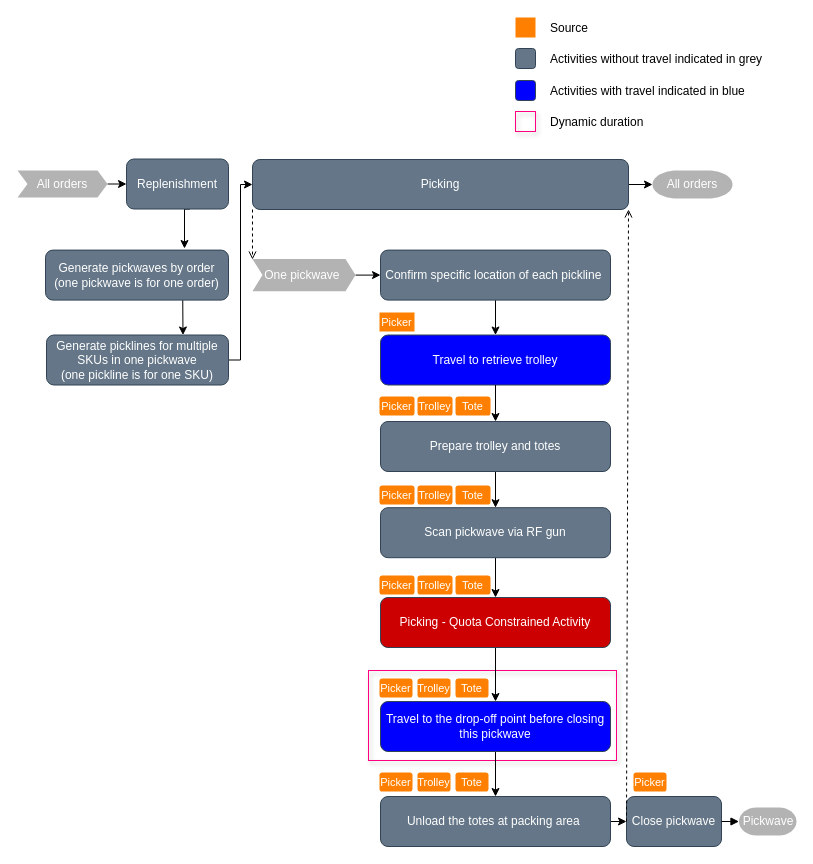
xfl11/xfliu keeps this draw.io diagram as page "第 2 页" (2 of 2) of picking.drawio. Above is the earlier version. Source tidied: cells renumbered, new cells numbered last; positions are measured from the earlier drawing's top-left corner, leaving out a move shared by most shapes. Both pictures are drawn from the tidied source at 100%, with x=0, y=0 at pixel (17, 17).
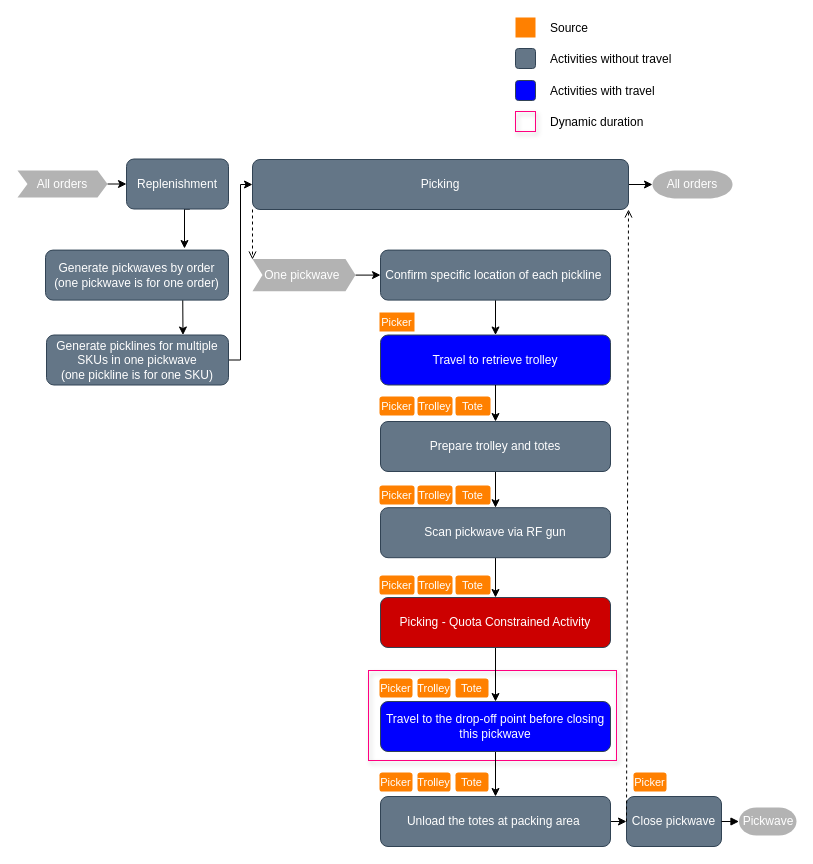
The same page after the edit.

The change refers to these unchanged cells:
```xml
<mxCell id="52" style="group;" parent="1" vertex="1">
  <mxGeometry x="498" width="256" height="114" as="geometry" />
</mxCell>
```

The edit, as a diff of the source:
```diff
@@
-    <mxCell id="57" value="&lt;span style=&quot;font-size: 12px&quot;&gt;Activities with travel indicated in blue&lt;/span&gt;" style="text;html=1;strokeColor=none;fillColor=none;align=left;verticalAlign=middle;whiteSpace=wrap;rounded=0;dashed=1;fontSize=14;" parent="52" vertex="1">
+    <mxCell id="57" value="&lt;span style=&quot;font-size: 12px&quot;&gt;Activities with travel&lt;/span&gt;" style="text;html=1;strokeColor=none;fillColor=none;align=left;verticalAlign=middle;whiteSpace=wrap;rounded=0;dashed=1;fontSize=14;" parent="52" vertex="1">
       <mxGeometry x="33" y="63" width="210" height="20" as="geometry" />
     </mxCell>
-    <mxCell id="58" value="&lt;span style=&quot;font-size: 12px&quot;&gt;Activities without travel indicated in grey&lt;/span&gt;" style="text;html=1;strokeColor=none;fillColor=none;align=left;verticalAlign=middle;whiteSpace=wrap;rounded=0;dashed=1;fontSize=14;" parent="52" vertex="1">
+    <mxCell id="58" value="&lt;span style=&quot;font-size: 12px&quot;&gt;Activities without travel&lt;/span&gt;" style="text;html=1;strokeColor=none;fillColor=none;align=left;verticalAlign=middle;whiteSpace=wrap;rounded=0;dashed=1;fontSize=14;" parent="52" vertex="1">
       <mxGeometry x="33" y="31" width="223" height="20" as="geometry" />
     </mxCell>
```
